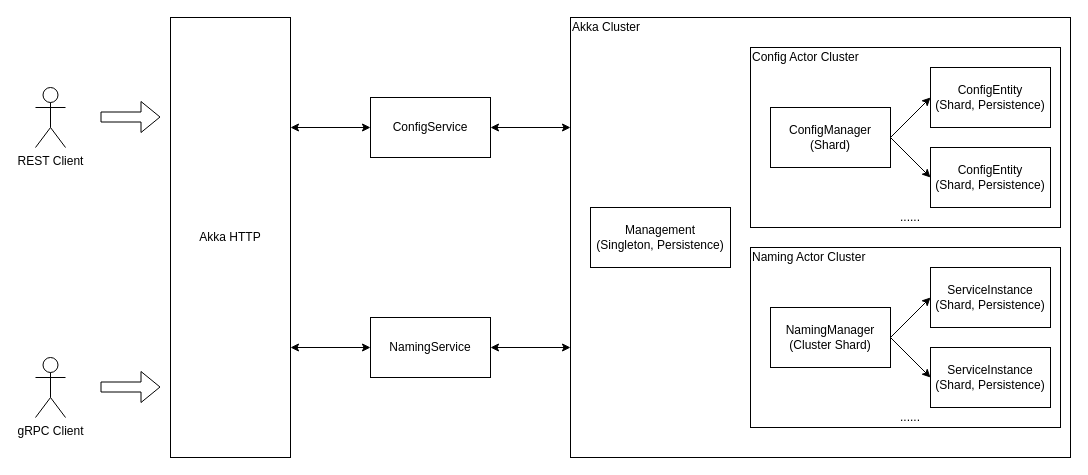
Above: discoveryx-docs/docs/Fusion DiscoveryX.drawio in akka-fusion/fusion-discoveryx (draw.io), before the change. Source tidied: cells renumbered, new cells numbered last; positions are measured from the earlier drawing's top-left corner, leaving out a move shared by most shapes. Both pictures are drawn from the tidied source at 100%, with x=0, y=0 at pixel (35, 17).
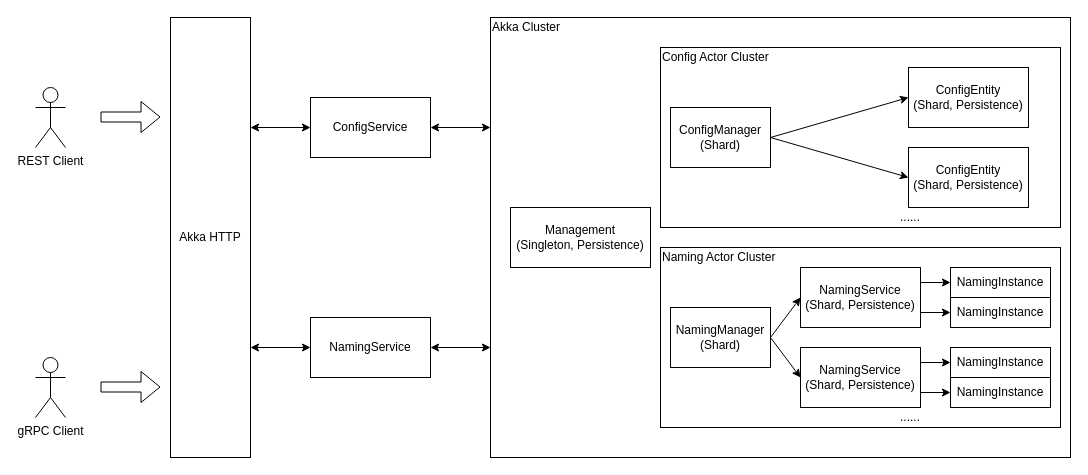
The same page after the edit.

What changed in the source:
```diff
@@
     <mxCell id="2" style="rounded=0;whiteSpace=wrap;html=1;align=left;" parent="1" vertex="1">
-      <mxGeometry x="535" width="500" height="440" as="geometry" />
+      <mxGeometry x="455" width="580" height="440" as="geometry" />
     </mxCell>
     <mxCell id="3" style="rounded=0;whiteSpace=wrap;html=1;" parent="1" vertex="1">
-      <mxGeometry x="715" y="230" width="310" height="180" as="geometry" />
+      <mxGeometry x="625" y="230" width="400" height="180" as="geometry" />
     </mxCell>
     <mxCell id="4" style="rounded=0;whiteSpace=wrap;html=1;" parent="1" vertex="1">
-      <mxGeometry x="715" y="30" width="310" height="180" as="geometry" />
+      <mxGeometry x="625" y="30" width="400" height="180" as="geometry" />
     </mxCell>
     <mxCell id="5" value="Management&lt;br&gt;(Singleton, Persistence)" style="rounded=0;whiteSpace=wrap;html=1;" parent="1" vertex="1">
-      <mxGeometry x="555" y="190" width="140" height="60" as="geometry" />
+      <mxGeometry x="475" y="190" width="140" height="60" as="geometry" />
     </mxCell>
@@
     <mxCell id="8" value="ConfigManager&lt;br&gt;(Shard)" style="rounded=0;whiteSpace=wrap;html=1;" parent="1" vertex="1">
-      <mxGeometry x="735" y="90" width="120" height="60" as="geometry" />
+      <mxGeometry x="635" y="90" width="100" height="60" as="geometry" />
     </mxCell>
@@
-    <mxCell id="11" value="NamingManager&lt;br&gt;(Cluster Shard)" style="rounded=0;whiteSpace=wrap;html=1;" parent="1" vertex="1">
-      <mxGeometry x="735" y="290" width="120" height="60" as="geometry" />
+    <mxCell id="11" value="NamingManager&lt;br&gt;(Shard)" style="rounded=0;whiteSpace=wrap;html=1;" parent="1" vertex="1">
+      <mxGeometry x="635" y="290" width="100" height="60" as="geometry" />
     </mxCell>
     <mxCell id="12" value="ConfigEntity&lt;br&gt;(Shard, Persistence)" style="rounded=0;whiteSpace=wrap;html=1;" parent="1" vertex="1">
-      <mxGeometry x="895" y="50" width="120" height="60" as="geometry" />
+      <mxGeometry x="873" y="50" width="120" height="60" as="geometry" />
     </mxCell>
+    <mxCell id="32" style="edgeStyle=orthogonalEdgeStyle;rounded=0;jettySize=auto;html=1;exitX=1;exitY=0.25;exitDx=0;exitDy=0;entryX=0;entryY=0.5;entryDx=0;entryDy=0;" parent="1" edge="1" source="13" target="37">
+      <mxGeometry relative="1" as="geometry" />
+    </mxCell>
+    <mxCell id="33" style="edgeStyle=orthogonalEdgeStyle;rounded=0;jettySize=auto;html=1;exitX=1;exitY=0.75;exitDx=0;exitDy=0;" parent="1" edge="1" source="13" target="39">
+      <mxGeometry relative="1" as="geometry" />
+    </mxCell>
-    <mxCell id="13" value="ServiceInstance&lt;br&gt;(Shard, Persistence)" style="rounded=0;whiteSpace=wrap;html=1;" parent="1" vertex="1">
-      <mxGeometry x="895" y="330" width="120" height="60" as="geometry" />
+    <mxCell id="13" value="NamingService&lt;br&gt;(Shard, Persistence)" style="rounded=0;whiteSpace=wrap;html=1;" parent="1" vertex="1">
+      <mxGeometry x="765" y="330" width="120" height="60" as="geometry" />
     </mxCell>
+    <mxCell id="34" style="edgeStyle=orthogonalEdgeStyle;rounded=0;jettySize=auto;html=1;exitX=1;exitY=0.25;exitDx=0;exitDy=0;entryX=0;entryY=0.5;entryDx=0;entryDy=0;" parent="1" edge="1" source="14" target="36">
+      <mxGeometry relative="1" as="geometry" />
+    </mxCell>
+    <mxCell id="35" style="edgeStyle=orthogonalEdgeStyle;rounded=0;jettySize=auto;html=1;exitX=1;exitY=0.75;exitDx=0;exitDy=0;entryX=0;entryY=0.5;entryDx=0;entryDy=0;" parent="1" edge="1" source="14" target="38">
+      <mxGeometry relative="1" as="geometry" />
+    </mxCell>
-    <mxCell id="14" value="ServiceInstance&lt;br&gt;(Shard, Persistence)" style="rounded=0;whiteSpace=wrap;html=1;" parent="1" vertex="1">
-      <mxGeometry x="895" y="250" width="120" height="60" as="geometry" />
+    <mxCell id="14" value="NamingService&lt;br&gt;(Shard, Persistence)" style="rounded=0;whiteSpace=wrap;html=1;" parent="1" vertex="1">
+      <mxGeometry x="765" y="250" width="120" height="60" as="geometry" />
     </mxCell>
     <mxCell id="15" value="ConfigEntity&lt;br&gt;(Shard, Persistence)" style="rounded=0;whiteSpace=wrap;html=1;" parent="1" vertex="1">
-      <mxGeometry x="895" y="130" width="120" height="60" as="geometry" />
+      <mxGeometry x="873" y="130" width="120" height="60" as="geometry" />
     </mxCell>
@@
     <mxCell id="20" value="Akka HTTP" style="rounded=0;whiteSpace=wrap;html=1;" parent="1" vertex="1">
-      <mxGeometry x="135" width="120" height="440" as="geometry" />
+      <mxGeometry x="135" width="80" height="440" as="geometry" />
     </mxCell>
@@
     <mxCell id="22" value="ConfigService" style="rounded=0;whiteSpace=wrap;html=1;" parent="1" vertex="1">
-      <mxGeometry x="335" y="80" width="120" height="60" as="geometry" />
+      <mxGeometry x="275" y="80" width="120" height="60" as="geometry" />
     </mxCell>
@@
     <mxCell id="24" value="NamingService" style="rounded=0;whiteSpace=wrap;html=1;" parent="1" vertex="1">
-      <mxGeometry x="335" y="300" width="120" height="60" as="geometry" />
+      <mxGeometry x="275" y="300" width="120" height="60" as="geometry" />
     </mxCell>
@@
     <mxCell id="27" value="Config Actor Cluster" style="text;html=1;strokeColor=none;fillColor=none;align=left;verticalAlign=middle;whiteSpace=wrap;rounded=0;" parent="1" vertex="1">
-      <mxGeometry x="715" y="30" width="130" height="20" as="geometry" />
+      <mxGeometry x="625" y="30" width="130" height="20" as="geometry" />
     </mxCell>
     <mxCell id="28" value="Naming Actor Cluster" style="text;html=1;strokeColor=none;fillColor=none;align=left;verticalAlign=middle;whiteSpace=wrap;rounded=0;" parent="1" vertex="1">
-      <mxGeometry x="715" y="230" width="130" height="20" as="geometry" />
+      <mxGeometry x="625" y="230" width="130" height="20" as="geometry" />
     </mxCell>
     <mxCell id="29" value="Akka Cluster" style="text;html=1;strokeColor=none;fillColor=none;align=left;verticalAlign=middle;whiteSpace=wrap;rounded=0;" parent="1" vertex="1">
-      <mxGeometry x="535" width="130" height="20" as="geometry" />
+      <mxGeometry x="455" width="130" height="20" as="geometry" />
     </mxCell>
@@
+    <mxCell id="36" value="NamingInstance" style="rounded=0;whiteSpace=wrap;html=1;" parent="1" vertex="1">
+      <mxGeometry x="915" y="250" width="100" height="30" as="geometry" />
+    </mxCell>
+    <mxCell id="37" value="NamingInstance" style="rounded=0;whiteSpace=wrap;html=1;" parent="1" vertex="1">
+      <mxGeometry x="915" y="330" width="100" height="30" as="geometry" />
+    </mxCell>
+    <mxCell id="38" value="NamingInstance" style="rounded=0;whiteSpace=wrap;html=1;" parent="1" vertex="1">
+      <mxGeometry x="915" y="280" width="100" height="30" as="geometry" />
+    </mxCell>
+    <mxCell id="39" value="NamingInstance" style="rounded=0;whiteSpace=wrap;html=1;" parent="1" vertex="1">
+      <mxGeometry x="915" y="360" width="100" height="30" as="geometry" />
+    </mxCell>
```
